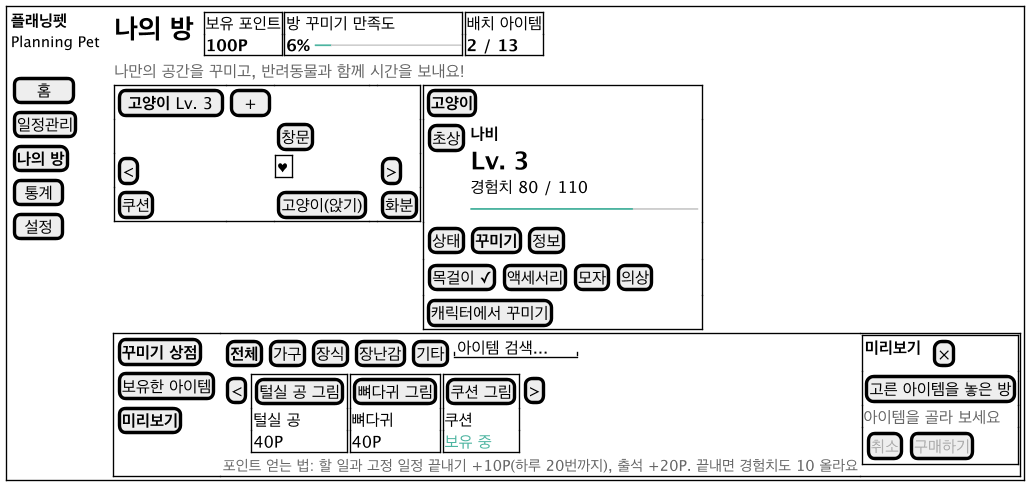
Above: docs/diagrams/ui-room.png in 2026-2-software-system-design-11/planning-pet-app (PlantUML), before the change. Its diagram source:
```plantuml
@startsalt ui-room
!include ui-common.iuml
{+
  {
    {
      <b>플래닝펫</b>
      <size:11>Planning Pet</size>
      .
      [  홈  ]
      [일정관리]
      [<b>나의 방</b>]
      [ 통계 ]
      [ 설정 ]
    } | . |
    {
      { <size:20><b>나의 방</b></size> | . | {+ 보유 포인트
<b>100P</b> } | {+ 방 꾸미기 만족도
<b>6%</b> <color:#4DB4A0>━</color><color:#CCCCCC>━━━━━━━━</color> } | {+ 배치 아이템
<b>2 / 13</b> } }
      { <color:#666666>나만의 공간을 꾸미고, 반려동물과 함께 시간을 보내요!</color> }
      {
        {+
          [<b>고양이</b> Lv. 3] | [ + ] | . | . | .
          . | . | [창문] | . | .
          [<] | . | {+ ♥ } | . | [>]
          [쿠션] | . | [고양이(앉기)] | . | [화분]
        } | {+
          [<b>고양이</b>]
          { [초상] | { <b>나비</b>
<size:18><b>Lv. 3</b></size>
경험치 80 / 110
<color:#4DB4A0>━━━━━━━━━━</color><color:#CCCCCC>━━━━</color> } }
          { [상태] | [<b>꾸미기</b>] | [정보] }
          { [목걸이 ✓] | [액세서리] | [모자] | [의상] }
          [캐릭터에서 꾸미기]
        }
      }
      {+
        {
          [<b>꾸미기 상점</b>]
          [보유한 아이템]
          [<b>미리보기</b>]
        } | {
          { [<b>전체</b>] | [가구] | [장식] | [장난감] | [기타] | "아이템 검색...  " }
          { [<] | {+ [털실 공 그림]
털실 공
40P } | {+ [뼈다귀 그림]
뼈다귀
40P } | {+ [쿠션 그림]
쿠션
<color:#4DB4A0>보유 중</color> } | [>] }
          <size:11><color:#666666>포인트 얻는 법: 할 일과 고정 일정 끝내기 +10P(하루 20번까지), 출석 +20P. 끝내면 경험치도 10 올라요</color></size>
        } | {+
          { <b>미리보기</b> | . | [×] }
          [고른 아이템을 놓은 방]
          <color:#666666>아이템을 골라 보세요</color>
          { [<color:#AAAAAA>취소</color>] | [<color:#AAAAAA>구매하기</color>] }
        }
      }
    }
  }
}
@endsalt
```
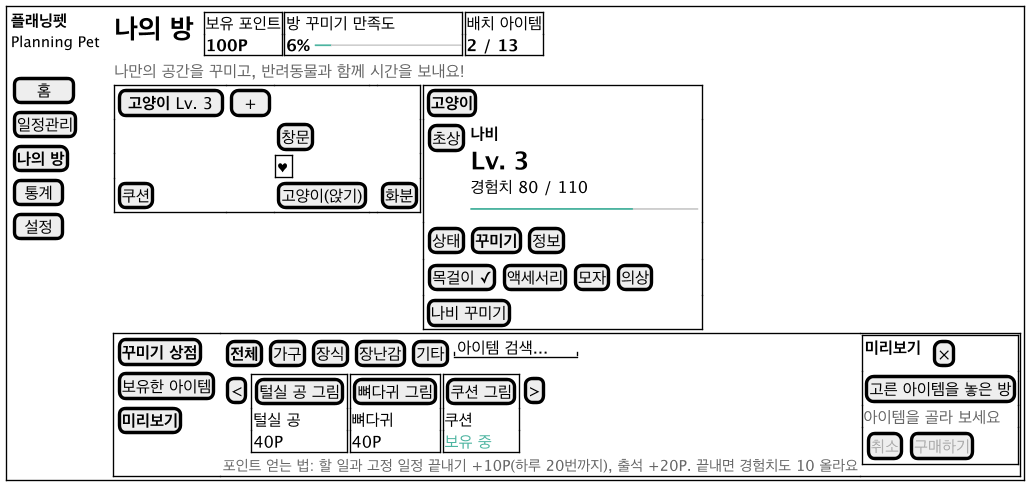
After the change.

What changed in the source:
```diff
@@ -22,7 +22,7 @@
         {+
           [<b>고양이</b> Lv. 3] | [ + ] | . | . | .
           . | . | [창문] | . | .
-          [<] | . | {+ ♥ } | . | [>]
+          . | . | {+ ♥ } | . | .
           [쿠션] | . | [고양이(앉기)] | . | [화분]
         } | {+
           [<b>고양이</b>]
@@ -32,7 +32,7 @@
 <color:#4DB4A0>━━━━━━━━━━</color><color:#CCCCCC>━━━━</color> } }
           { [상태] | [<b>꾸미기</b>] | [정보] }
           { [목걸이 ✓] | [액세서리] | [모자] | [의상] }
-          [캐릭터에서 꾸미기]
+          [나비 꾸미기]
         }
       }
       {+
```
